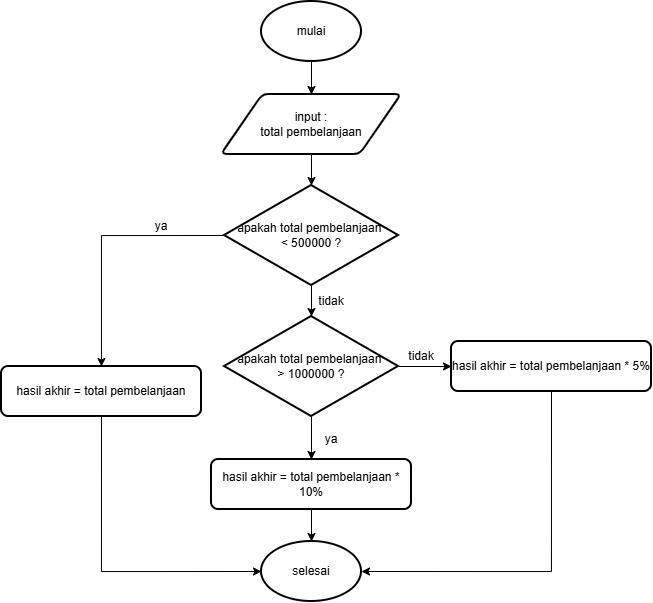
The draw.io diagram minitask-5.png in aqilknz/minitask-algoritma, before a commit. Source tidied: cells renumbered, new cells last; positions are measured from the earlier drawing's top-left corner, leaving out a move shared by most shapes. Source of this version:
```xml
<mxGraphModel>
  <root>
    <mxCell id="0" />
    <mxCell id="1" parent="0" />
    <mxCell id="2" style="edgeStyle=orthogonalEdgeStyle;rounded=0;jettySize=auto;html=1;exitX=0.5;exitY=1;exitDx=0;exitDy=0;exitPerimeter=0;entryX=0.5;entryY=0;entryDx=0;entryDy=0;" parent="1" edge="1" source="3" target="5">
      <mxGeometry relative="1" as="geometry" />
    </mxCell>
    <mxCell id="3" value="mulai" style="strokeWidth=2;html=1;shape=mxgraph.flowchart.start_1;whiteSpace=wrap;" parent="1" vertex="1">
      <mxGeometry x="260" width="100" height="60" as="geometry" />
    </mxCell>
    <mxCell id="4" value="selesai" style="strokeWidth=2;html=1;shape=mxgraph.flowchart.start_1;whiteSpace=wrap;" parent="1" vertex="1">
      <mxGeometry x="260" y="540" width="100" height="60" as="geometry" />
    </mxCell>
    <mxCell id="5" value="input :&lt;div&gt;total pembelanjaan&lt;/div&gt;" style="shape=parallelogram;html=1;strokeWidth=2;perimeter=parallelogramPerimeter;whiteSpace=wrap;rounded=1;arcSize=12;size=0.23;" parent="1" vertex="1">
      <mxGeometry x="220" y="93" width="180" height="60" as="geometry" />
    </mxCell>
    <mxCell id="6" style="edgeStyle=orthogonalEdgeStyle;rounded=0;jettySize=auto;html=1;exitX=0;exitY=0.5;exitDx=0;exitDy=0;exitPerimeter=0;" parent="1" edge="1" source="7" target="15">
      <mxGeometry relative="1" as="geometry" />
    </mxCell>
    <mxCell id="7" value="apakah total pembelanjaan&amp;nbsp;&lt;div&gt;&amp;lt; 500000 ?&lt;/div&gt;" style="strokeWidth=2;html=1;shape=mxgraph.flowchart.decision;whiteSpace=wrap;" parent="1" vertex="1">
      <mxGeometry x="223" y="184" width="174" height="100" as="geometry" />
    </mxCell>
    <mxCell id="8" style="edgeStyle=orthogonalEdgeStyle;rounded=0;jettySize=auto;html=1;exitX=0.5;exitY=1;exitDx=0;exitDy=0;exitPerimeter=0;entryX=0.5;entryY=0;entryDx=0;entryDy=0;" parent="1" edge="1" source="10" target="12">
      <mxGeometry relative="1" as="geometry" />
    </mxCell>
    <mxCell id="9" style="edgeStyle=orthogonalEdgeStyle;rounded=0;jettySize=auto;html=1;exitX=1;exitY=0.5;exitDx=0;exitDy=0;exitPerimeter=0;entryX=0;entryY=0.5;entryDx=0;entryDy=0;" parent="1" edge="1" source="10" target="11">
      <mxGeometry relative="1" as="geometry" />
    </mxCell>
    <mxCell id="10" value="apakah total pembelanjaan&amp;nbsp;&lt;div&gt;&amp;gt; 1000000 ?&lt;/div&gt;" style="strokeWidth=2;html=1;shape=mxgraph.flowchart.decision;whiteSpace=wrap;" parent="1" vertex="1">
      <mxGeometry x="223" y="315" width="174" height="100" as="geometry" />
    </mxCell>
    <mxCell id="11" value="hasil akhir = total pembelanjaan * 5%" style="rounded=1;whiteSpace=wrap;html=1;absoluteArcSize=1;arcSize=14;strokeWidth=2;" parent="1" vertex="1">
      <mxGeometry x="450" y="340" width="200" height="50" as="geometry" />
    </mxCell>
    <mxCell id="12" value="hasil akhir = total pembelanjaan * 10%" style="rounded=1;whiteSpace=wrap;html=1;absoluteArcSize=1;arcSize=14;strokeWidth=2;" parent="1" vertex="1">
      <mxGeometry x="210" y="458" width="200" height="50" as="geometry" />
    </mxCell>
    <mxCell id="13" style="edgeStyle=orthogonalEdgeStyle;rounded=0;jettySize=auto;html=1;exitX=0.5;exitY=1;exitDx=0;exitDy=0;entryX=0.5;entryY=0;entryDx=0;entryDy=0;entryPerimeter=0;" parent="1" edge="1" source="5" target="7">
      <mxGeometry relative="1" as="geometry" />
    </mxCell>
    <mxCell id="14" style="edgeStyle=orthogonalEdgeStyle;rounded=0;jettySize=auto;html=1;exitX=0.5;exitY=1;exitDx=0;exitDy=0;exitPerimeter=0;entryX=0.5;entryY=0;entryDx=0;entryDy=0;entryPerimeter=0;" parent="1" edge="1" source="7" target="10">
      <mxGeometry relative="1" as="geometry" />
    </mxCell>
    <mxCell id="15" value="hasil akhir = total pembelanjaan" style="rounded=1;whiteSpace=wrap;html=1;absoluteArcSize=1;arcSize=14;strokeWidth=2;" parent="1" vertex="1">
      <mxGeometry y="365" width="200" height="50" as="geometry" />
    </mxCell>
    <mxCell id="16" style="edgeStyle=orthogonalEdgeStyle;rounded=0;jettySize=auto;html=1;exitX=0.5;exitY=1;exitDx=0;exitDy=0;entryX=0;entryY=0.5;entryDx=0;entryDy=0;entryPerimeter=0;" parent="1" edge="1" source="15" target="4">
      <mxGeometry relative="1" as="geometry" />
    </mxCell>
    <mxCell id="17" style="edgeStyle=orthogonalEdgeStyle;rounded=0;jettySize=auto;html=1;exitX=0.5;exitY=1;exitDx=0;exitDy=0;entryX=0.5;entryY=0;entryDx=0;entryDy=0;entryPerimeter=0;" parent="1" edge="1" source="12" target="4">
      <mxGeometry relative="1" as="geometry" />
    </mxCell>
    <mxCell id="18" style="edgeStyle=orthogonalEdgeStyle;rounded=0;jettySize=auto;html=1;exitX=0.5;exitY=1;exitDx=0;exitDy=0;entryX=1;entryY=0.5;entryDx=0;entryDy=0;entryPerimeter=0;" parent="1" edge="1" source="11" target="4">
      <mxGeometry relative="1" as="geometry" />
    </mxCell>
    <mxCell id="19" value="tidak" style="text;html=1;whiteSpace=wrap;strokeColor=none;fillColor=none;align=center;verticalAlign=middle;rounded=0;" parent="1" vertex="1">
      <mxGeometry x="300" y="285" width="60" height="30" as="geometry" />
    </mxCell>
    <mxCell id="20" value="&lt;div&gt;ya&lt;/div&gt;" style="text;html=1;whiteSpace=wrap;strokeColor=none;fillColor=none;align=center;verticalAlign=middle;rounded=0;" parent="1" vertex="1">
      <mxGeometry x="130" y="210" width="60" height="30" as="geometry" />
    </mxCell>
    <mxCell id="21" value="ya&lt;div&gt;&lt;br&gt;&lt;/div&gt;" style="text;html=1;whiteSpace=wrap;strokeColor=none;fillColor=none;align=center;verticalAlign=middle;rounded=0;" parent="1" vertex="1">
      <mxGeometry x="300" y="430" width="60" height="30" as="geometry" />
    </mxCell>
    <mxCell id="22" value="&lt;div&gt;tidak&lt;/div&gt;" style="text;html=1;whiteSpace=wrap;strokeColor=none;fillColor=none;align=center;verticalAlign=middle;rounded=0;" parent="1" vertex="1">
      <mxGeometry x="390" y="340" width="60" height="30" as="geometry" />
    </mxCell>
  </root>
</mxGraphModel>
```
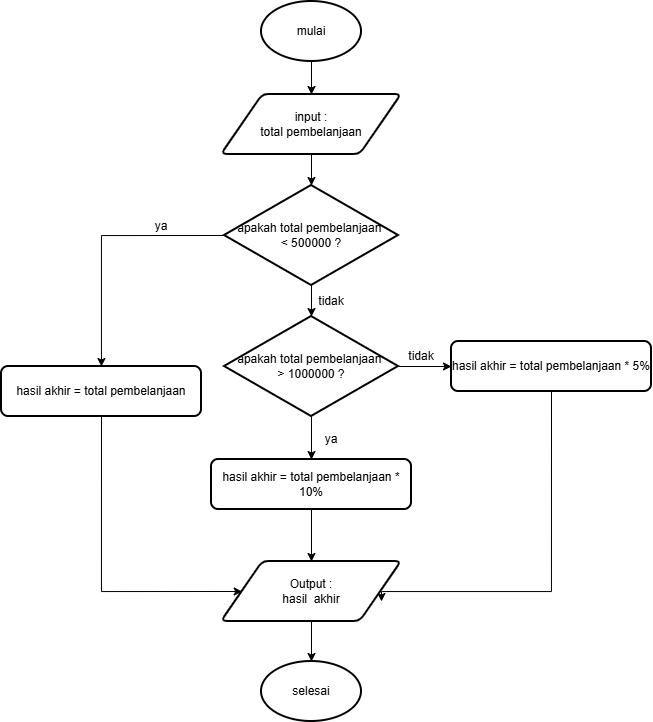
After the change.

Change to the diagram source:
```diff
@@ -9,7 +9,7 @@
       <mxGeometry x="260" width="100" height="60" as="geometry" />
     </mxCell>
     <mxCell id="4" value="selesai" style="strokeWidth=2;html=1;shape=mxgraph.flowchart.start_1;whiteSpace=wrap;" parent="1" vertex="1">
-      <mxGeometry x="260" y="540" width="100" height="60" as="geometry" />
+      <mxGeometry x="260" y="660" width="100" height="60" as="geometry" />
     </mxCell>
     <mxCell id="5" value="input :&lt;div&gt;total pembelanjaan&lt;/div&gt;" style="shape=parallelogram;html=1;strokeWidth=2;perimeter=parallelogramPerimeter;whiteSpace=wrap;rounded=1;arcSize=12;size=0.23;" parent="1" vertex="1">
       <mxGeometry x="220" y="93" width="180" height="60" as="geometry" />
@@ -29,9 +29,21 @@
     <mxCell id="10" value="apakah total pembelanjaan&amp;nbsp;&lt;div&gt;&amp;gt; 1000000 ?&lt;/div&gt;" style="strokeWidth=2;html=1;shape=mxgraph.flowchart.decision;whiteSpace=wrap;" parent="1" vertex="1">
       <mxGeometry x="223" y="315" width="174" height="100" as="geometry" />
     </mxCell>
+    <mxCell id="23" style="edgeStyle=orthogonalEdgeStyle;rounded=0;jettySize=auto;html=1;exitX=0.5;exitY=1;exitDx=0;exitDy=0;" parent="1" edge="1" source="11">
+      <mxGeometry relative="1" as="geometry">
+        <mxPoint x="380" y="600" as="targetPoint" />
+        <Array as="points">
+          <mxPoint x="550" y="590" />
+          <mxPoint x="380" y="590" />
+        </Array>
+      </mxGeometry>
+    </mxCell>
     <mxCell id="11" value="hasil akhir = total pembelanjaan * 5%" style="rounded=1;whiteSpace=wrap;html=1;absoluteArcSize=1;arcSize=14;strokeWidth=2;" parent="1" vertex="1">
       <mxGeometry x="450" y="340" width="200" height="50" as="geometry" />
     </mxCell>
+    <mxCell id="24" style="edgeStyle=orthogonalEdgeStyle;rounded=0;jettySize=auto;html=1;exitX=0.5;exitY=1;exitDx=0;exitDy=0;entryX=0.5;entryY=0;entryDx=0;entryDy=0;" parent="1" edge="1" source="12" target="26">
+      <mxGeometry relative="1" as="geometry" />
+    </mxCell>
     <mxCell id="12" value="hasil akhir = total pembelanjaan * 10%" style="rounded=1;whiteSpace=wrap;html=1;absoluteArcSize=1;arcSize=14;strokeWidth=2;" parent="1" vertex="1">
       <mxGeometry x="210" y="458" width="200" height="50" as="geometry" />
     </mxCell>
@@ -41,18 +53,16 @@
     <mxCell id="14" style="edgeStyle=orthogonalEdgeStyle;rounded=0;jettySize=auto;html=1;exitX=0.5;exitY=1;exitDx=0;exitDy=0;exitPerimeter=0;entryX=0.5;entryY=0;entryDx=0;entryDy=0;entryPerimeter=0;" parent="1" edge="1" source="7" target="10">
       <mxGeometry relative="1" as="geometry" />
     </mxCell>
+    <mxCell id="25" style="edgeStyle=orthogonalEdgeStyle;rounded=0;jettySize=auto;html=1;exitX=0.5;exitY=1;exitDx=0;exitDy=0;entryX=0;entryY=0.5;entryDx=0;entryDy=0;" parent="1" edge="1" source="15" target="26">
+      <mxGeometry relative="1" as="geometry">
+        <Array as="points">
+          <mxPoint x="100" y="590" />
+        </Array>
+      </mxGeometry>
+    </mxCell>
     <mxCell id="15" value="hasil akhir = total pembelanjaan" style="rounded=1;whiteSpace=wrap;html=1;absoluteArcSize=1;arcSize=14;strokeWidth=2;" parent="1" vertex="1">
       <mxGeometry y="365" width="200" height="50" as="geometry" />
     </mxCell>
-    <mxCell id="16" style="edgeStyle=orthogonalEdgeStyle;rounded=0;jettySize=auto;html=1;exitX=0.5;exitY=1;exitDx=0;exitDy=0;entryX=0;entryY=0.5;entryDx=0;entryDy=0;entryPerimeter=0;" parent="1" edge="1" source="15" target="4">
-      <mxGeometry relative="1" as="geometry" />
-    </mxCell>
-    <mxCell id="17" style="edgeStyle=orthogonalEdgeStyle;rounded=0;jettySize=auto;html=1;exitX=0.5;exitY=1;exitDx=0;exitDy=0;entryX=0.5;entryY=0;entryDx=0;entryDy=0;entryPerimeter=0;" parent="1" edge="1" source="12" target="4">
-      <mxGeometry relative="1" as="geometry" />
-    </mxCell>
-    <mxCell id="18" style="edgeStyle=orthogonalEdgeStyle;rounded=0;jettySize=auto;html=1;exitX=0.5;exitY=1;exitDx=0;exitDy=0;entryX=1;entryY=0.5;entryDx=0;entryDy=0;entryPerimeter=0;" parent="1" edge="1" source="11" target="4">
-      <mxGeometry relative="1" as="geometry" />
-    </mxCell>
     <mxCell id="19" value="tidak" style="text;html=1;whiteSpace=wrap;strokeColor=none;fillColor=none;align=center;verticalAlign=middle;rounded=0;" parent="1" vertex="1">
       <mxGeometry x="300" y="285" width="60" height="30" as="geometry" />
     </mxCell>
@@ -65,5 +75,11 @@
     <mxCell id="22" value="&lt;div&gt;tidak&lt;/div&gt;" style="text;html=1;whiteSpace=wrap;strokeColor=none;fillColor=none;align=center;verticalAlign=middle;rounded=0;" parent="1" vertex="1">
       <mxGeometry x="390" y="340" width="60" height="30" as="geometry" />
     </mxCell>
+    <mxCell id="26" value="Output :&lt;div&gt;hasil&amp;nbsp; akhir&lt;/div&gt;" style="shape=parallelogram;html=1;strokeWidth=2;perimeter=parallelogramPerimeter;whiteSpace=wrap;rounded=1;arcSize=12;size=0.23;" parent="1" vertex="1">
+      <mxGeometry x="220" y="560" width="180" height="60" as="geometry" />
+    </mxCell>
+    <mxCell id="27" style="edgeStyle=orthogonalEdgeStyle;rounded=0;jettySize=auto;html=1;exitX=0.5;exitY=1;exitDx=0;exitDy=0;entryX=0.5;entryY=0;entryDx=0;entryDy=0;entryPerimeter=0;" parent="1" edge="1" source="26" target="4">
+      <mxGeometry relative="1" as="geometry" />
+    </mxCell>
   </root>
 </mxGraphModel>
```
